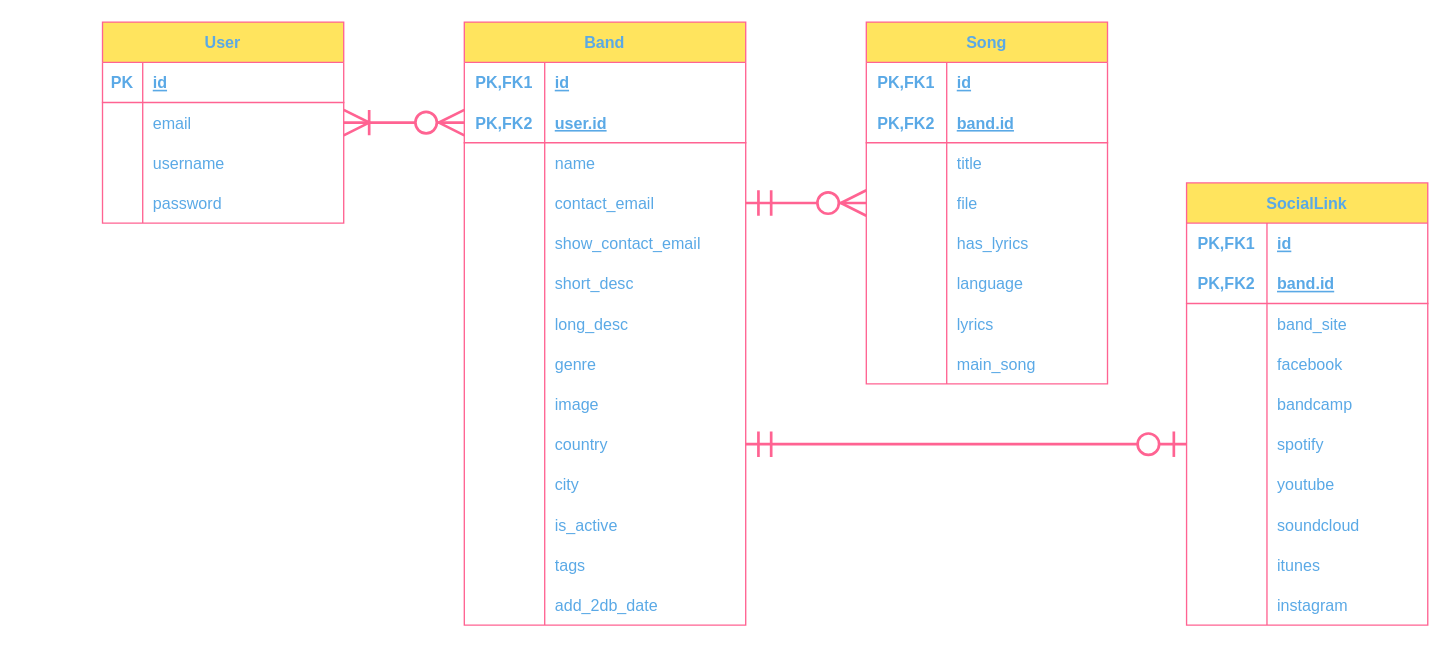
This is UML/ERD.drawio from Gruszecki/garage.online, a draw.io file, before an edit. Source tidied: cells renumbered, new cells numbered last; positions are measured from the earlier drawing's top-left corner, leaving out a move shared by most shapes. Both pictures are drawn from the tidied source at 134%, with x=0, y=0 at pixel (102, 21).
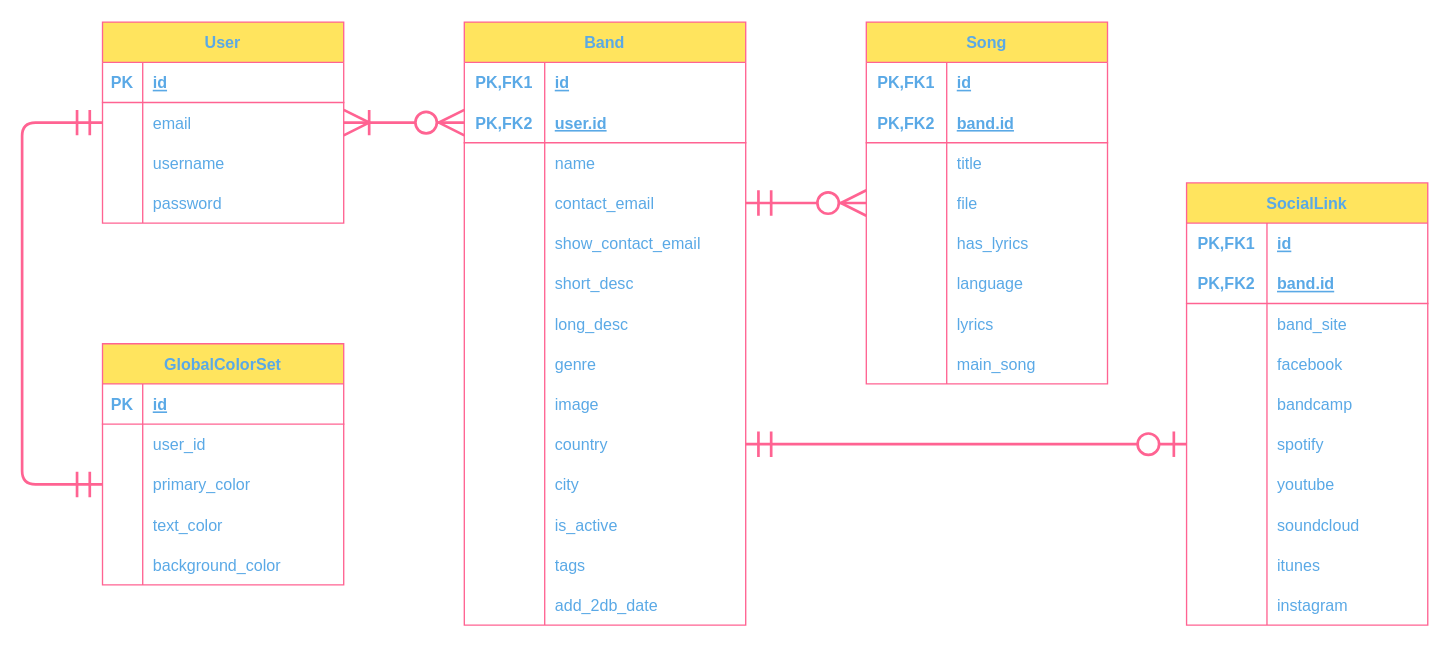
Above is the later version.

Unchanged cells that the change refers to:
```xml
<mxCell id="63" style="shape=partialRectangle;fillColor=none;top=0;left=0;bottom=0;right=0;points=[[0,0.5],[1,0.5]];portConstraint=eastwest;strokeColor=#FF6392;fontColor=#5AA9E6;" parent="59" vertex="1">
  <mxGeometry y="60" width="180" height="30" as="geometry" />
</mxCell>
```

Change to the diagram source:
```diff
@@
+    <mxCell id="117" value="GlobalColorSet" style="shape=table;startSize=30;childLayout=tableLayout;rowLines=0;fontStyle=1;align=center;fillColor=#FFE45E;strokeColor=#FF6392;fontColor=#5AA9E6;" parent="1" vertex="1">
+      <mxGeometry y="240" width="180" height="180" as="geometry" />
+    </mxCell>
+    <mxCell id="118" style="shape=partialRectangle;fillColor=none;top=0;left=0;bottom=1;right=0;strokeColor=#FF6392;fontColor=#5AA9E6;" parent="117" vertex="1">
+      <mxGeometry y="30" width="180" height="30" as="geometry" />
+    </mxCell>
+    <mxCell id="119" value="PK" style="shape=partialRectangle;fillColor=none;top=0;left=0;bottom=0;right=0;fontStyle=1;overflow=hidden;strokeColor=#FF6392;fontColor=#5AA9E6;" parent="118" vertex="1">
+      <mxGeometry width="30" height="30" as="geometry" />
+    </mxCell>
+    <mxCell id="120" value="id" style="shape=partialRectangle;fillColor=none;top=0;left=0;bottom=0;right=0;align=left;spacingLeft=6;fontStyle=5;overflow=hidden;strokeColor=#FF6392;fontColor=#5AA9E6;" parent="118" vertex="1">
+      <mxGeometry x="30" width="150" height="30" as="geometry" />
+    </mxCell>
+    <mxCell id="121" style="shape=partialRectangle;fillColor=none;top=0;left=0;bottom=0;right=0;strokeColor=#FF6392;fontColor=#5AA9E6;" parent="117" vertex="1">
+      <mxGeometry y="60" width="180" height="30" as="geometry" />
+    </mxCell>
+    <mxCell id="122" style="shape=partialRectangle;fillColor=none;top=0;left=0;bottom=0;right=0;overflow=hidden;strokeColor=#FF6392;fontColor=#5AA9E6;" parent="121" vertex="1">
+      <mxGeometry width="30" height="30" as="geometry" />
+    </mxCell>
+    <mxCell id="123" value="user_id" style="shape=partialRectangle;fillColor=none;top=0;left=0;bottom=0;right=0;align=left;spacingLeft=6;overflow=hidden;strokeColor=#FF6392;fontColor=#5AA9E6;" parent="121" vertex="1">
+      <mxGeometry x="30" width="150" height="30" as="geometry" />
+    </mxCell>
+    <mxCell id="124" style="shape=partialRectangle;fillColor=none;top=0;left=0;bottom=0;right=0;points=[[0,0.5],[1,0.5]];portConstraint=eastwest;strokeColor=#FF6392;fontColor=#5AA9E6;" parent="117" vertex="1">
+      <mxGeometry y="90" width="180" height="30" as="geometry" />
+    </mxCell>
+    <mxCell id="125" style="shape=partialRectangle;fillColor=none;top=0;left=0;bottom=0;right=0;overflow=hidden;strokeColor=#FF6392;fontColor=#5AA9E6;" parent="124" vertex="1">
+      <mxGeometry width="30" height="30" as="geometry" />
+    </mxCell>
+    <mxCell id="126" value="primary_color" style="shape=partialRectangle;fillColor=none;top=0;left=0;bottom=0;right=0;align=left;spacingLeft=6;overflow=hidden;strokeColor=#FF6392;fontColor=#5AA9E6;" parent="124" vertex="1">
+      <mxGeometry x="30" width="150" height="30" as="geometry" />
+    </mxCell>
+    <mxCell id="127" style="shape=partialRectangle;fillColor=none;top=0;left=0;bottom=0;right=0;strokeColor=#FF6392;fontColor=#5AA9E6;" parent="117" vertex="1">
+      <mxGeometry y="120" width="180" height="30" as="geometry" />
+    </mxCell>
+    <mxCell id="128" style="shape=partialRectangle;fillColor=none;top=0;left=0;bottom=0;right=0;overflow=hidden;strokeColor=#FF6392;fontColor=#5AA9E6;" parent="127" vertex="1">
+      <mxGeometry width="30" height="30" as="geometry" />
+    </mxCell>
+    <mxCell id="129" value="text_color" style="shape=partialRectangle;fillColor=none;top=0;left=0;bottom=0;right=0;align=left;spacingLeft=6;overflow=hidden;strokeColor=#FF6392;fontColor=#5AA9E6;" parent="127" vertex="1">
+      <mxGeometry x="30" width="150" height="30" as="geometry" />
+    </mxCell>
+    <mxCell id="130" style="shape=partialRectangle;fillColor=none;top=0;left=0;bottom=0;right=0;strokeColor=#FF6392;fontColor=#5AA9E6;" parent="117" vertex="1">
+      <mxGeometry y="150" width="180" height="30" as="geometry" />
+    </mxCell>
+    <mxCell id="131" style="shape=partialRectangle;fillColor=none;top=0;left=0;bottom=0;right=0;overflow=hidden;strokeColor=#FF6392;fontColor=#5AA9E6;" parent="130" vertex="1">
+      <mxGeometry width="30" height="30" as="geometry" />
+    </mxCell>
+    <mxCell id="132" value="background_color" style="shape=partialRectangle;fillColor=none;top=0;left=0;bottom=0;right=0;align=left;spacingLeft=6;overflow=hidden;strokeColor=#FF6392;fontColor=#5AA9E6;" parent="130" vertex="1">
+      <mxGeometry x="30" width="150" height="30" as="geometry" />
+    </mxCell>
+    <mxCell id="133" style="edgeStyle=orthogonalEdgeStyle;fontSize=12;html=1;endArrow=ERmandOne;startArrow=ERmandOne;rounded=1;endFill=0;strokeColor=#FF6392;strokeWidth=2;endSize=16;startSize=16;entryX=0;entryY=0.5;entryDx=0;entryDy=0;exitX=0;exitY=0.5;exitDx=0;exitDy=0;startFill=0;" parent="1" edge="1" source="124" target="63">
+      <mxGeometry relative="1" as="geometry">
+        <Array as="points">
+          <mxPoint x="-60" y="345" />
+          <mxPoint x="-60" y="75" />
+        </Array>
+      </mxGeometry>
+    </mxCell>
```
